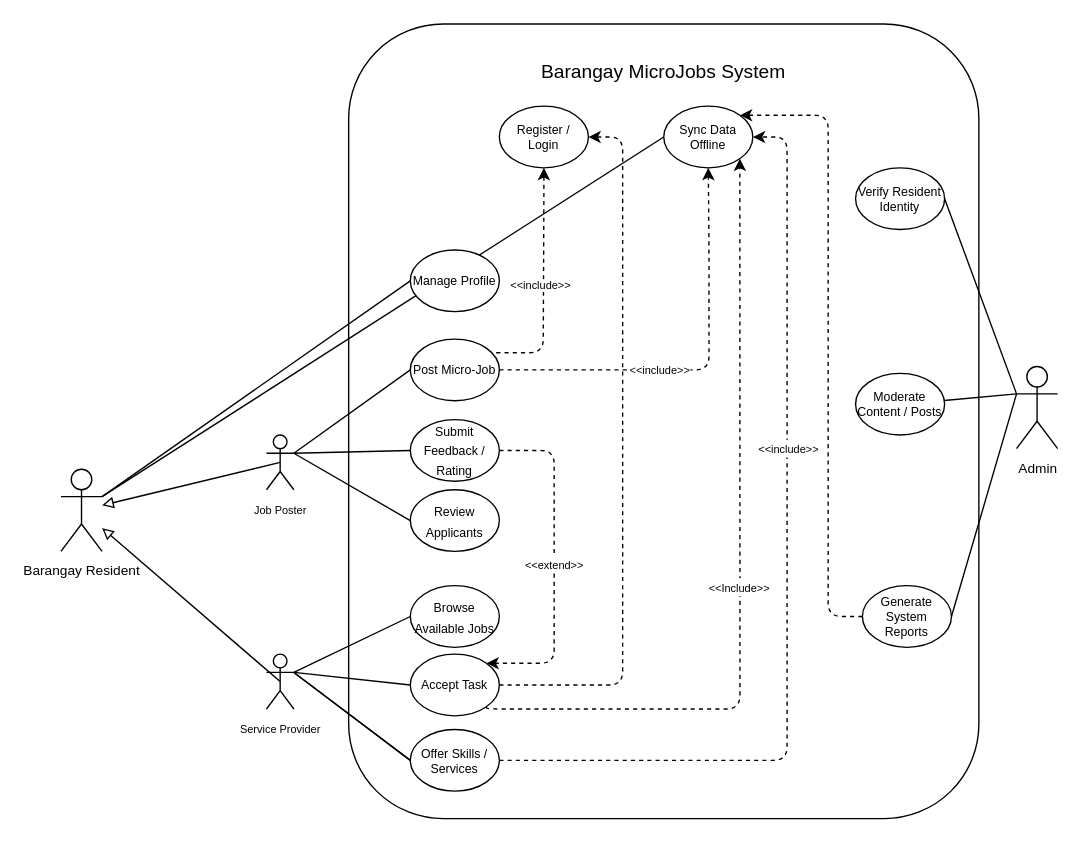
Before: UseCaseDiagram.drawio in eigenlambda123/BarangayMicroJobs, a draw.io diagram. Source tidied: cells renumbered, new cells numbered last; positions are measured from the earlier drawing's top-left corner, leaving out a move shared by most shapes. Both pictures are drawn from the tidied source at 137%, with x=0, y=0 at pixel (60, 23).
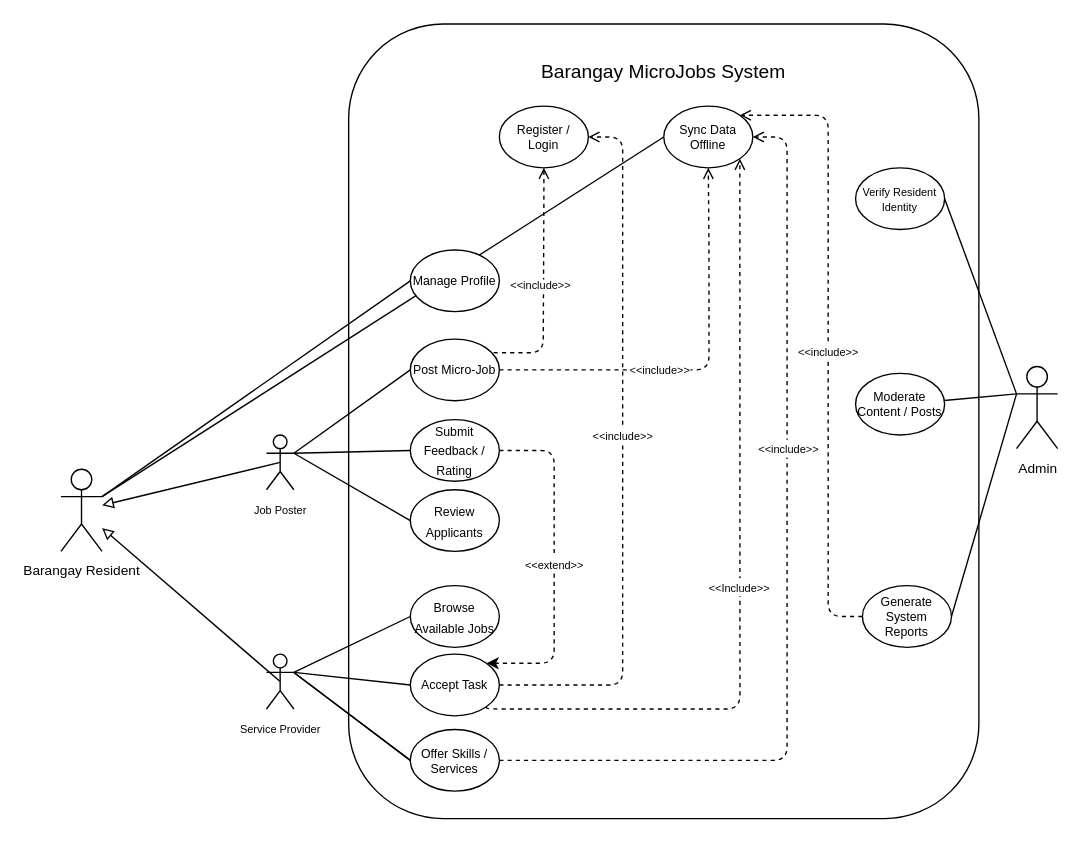
The same page after the edit.

Unchanged cells that the change refers to:
```xml
<mxCell id="24" value="Register / Login" style="ellipse;whiteSpace=wrap;html=1;fontSize=9;" parent="1" vertex="1">
  <mxGeometry x="320" y="60" width="65" height="45" as="geometry" />
</mxCell>
<mxCell id="28" value="Post Micro-Job" style="ellipse;whiteSpace=wrap;html=1;fontSize=9;" parent="1" vertex="1">
  <mxGeometry x="255" y="230" width="65" height="45" as="geometry" />
</mxCell>
<mxCell id="37" value="Accept Task" style="ellipse;whiteSpace=wrap;html=1;fontSize=9;" parent="1" vertex="1">
  <mxGeometry x="255" y="460" width="65" height="45" as="geometry" />
</mxCell>
<mxCell id="40" value="Generate System Reports" style="ellipse;whiteSpace=wrap;html=1;fontSize=9;" parent="1" vertex="1">
  <mxGeometry x="585" y="410" width="65" height="45" as="geometry" />
</mxCell>
<mxCell id="42" value="Offer Skills / Services" style="ellipse;whiteSpace=wrap;html=1;fontSize=9;" parent="1" vertex="1">
  <mxGeometry x="255" y="515" width="65" height="45" as="geometry" />
</mxCell>
<mxCell id="46" value="Sync Data Offline" style="ellipse;whiteSpace=wrap;html=1;fontSize=9;" parent="1" vertex="1">
  <mxGeometry x="440" y="60" width="65" height="45" as="geometry" />
</mxCell>
```

Change to the diagram source:
```diff
@@
-    <mxCell id="22" style="edgeStyle=orthogonalEdgeStyle;rounded=1;jettySize=auto;html=1;exitX=0.5;exitY=1;exitDx=0;exitDy=0;entryX=1;entryY=0;entryDx=0;entryDy=0;curved=0;startArrow=classic;startFill=1;endArrow=none;endFill=0;dashed=1;" parent="1" edge="1" source="24" target="28">
+    <mxCell id="22" style="edgeStyle=orthogonalEdgeStyle;rounded=1;jettySize=auto;html=1;exitX=0.5;exitY=1;exitDx=0;exitDy=0;entryX=1;entryY=0;entryDx=0;entryDy=0;curved=0;startArrow=open;startFill=0;endArrow=none;endFill=0;dashed=1;" parent="1" edge="1" source="24" target="28">
       <mxGeometry relative="1" as="geometry">
         <Array as="points">
           <mxPoint x="353" y="130" />
           <mxPoint x="352" y="130" />
           <mxPoint x="352" y="240" />
           <mxPoint x="311" y="240" />
         </Array>
       </mxGeometry>
     </mxCell>
@@
-    <mxCell id="26" style="edgeStyle=orthogonalEdgeStyle;rounded=1;jettySize=auto;html=1;entryX=0.5;entryY=1;entryDx=0;entryDy=0;dashed=1;curved=0;" parent="1" edge="1" source="28" target="46">
+    <mxCell id="26" style="edgeStyle=orthogonalEdgeStyle;rounded=1;jettySize=auto;html=1;entryX=0.5;entryY=1;entryDx=0;entryDy=0;dashed=1;curved=0;endArrow=open;endFill=0;" parent="1" edge="1" source="28" target="46">
       <mxGeometry relative="1" as="geometry">
         <Array as="points">
           <mxPoint x="473" y="253" />
           <mxPoint x="473" y="160" />
         </Array>
       </mxGeometry>
     </mxCell>
@@
-    <mxCell id="34" style="edgeStyle=orthogonalEdgeStyle;rounded=1;jettySize=auto;html=1;exitX=1;exitY=0.5;exitDx=0;exitDy=0;curved=0;dashed=1;entryX=1;entryY=0.5;entryDx=0;entryDy=0;" parent="1" edge="1" source="37" target="24">
+    <mxCell id="34" style="edgeStyle=orthogonalEdgeStyle;rounded=1;jettySize=auto;html=1;exitX=1;exitY=0.5;exitDx=0;exitDy=0;curved=0;dashed=1;entryX=1;entryY=0.5;entryDx=0;entryDy=0;endArrow=open;endFill=0;" parent="1" edge="1" source="37" target="24">
       <mxGeometry relative="1" as="geometry">
         <Array as="points">
           <mxPoint x="410" y="483" />
           <mxPoint x="410" y="83" />
         </Array>
       </mxGeometry>
     </mxCell>
+    <mxCell id="47" value="&lt;font style=&quot;font-size: 8px;&quot;&gt;&amp;lt;&amp;lt;include&amp;gt;&amp;gt;&lt;/font&gt;" style="edgeLabel;html=1;align=center;verticalAlign=middle;" parent="34" vertex="1">
+      <mxGeometry x="0.06" y="1" relative="1" as="geometry" />
+    </mxCell>
-    <mxCell id="35" style="edgeStyle=orthogonalEdgeStyle;rounded=1;jettySize=auto;html=1;entryX=1;entryY=1;entryDx=0;entryDy=0;dashed=1;curved=0;exitX=1;exitY=1;exitDx=0;exitDy=0;" parent="1" edge="1" source="37" target="46">
+    <mxCell id="35" style="edgeStyle=orthogonalEdgeStyle;rounded=1;jettySize=auto;html=1;entryX=1;entryY=1;entryDx=0;entryDy=0;dashed=1;curved=0;exitX=1;exitY=1;exitDx=0;exitDy=0;endArrow=open;endFill=0;" parent="1" edge="1" source="37" target="46">
       <mxGeometry relative="1" as="geometry">
         <Array as="points">
           <mxPoint x="311" y="500" />
           <mxPoint x="495" y="500" />
           <mxPoint x="495" y="98" />
         </Array>
       </mxGeometry>
     </mxCell>
@@
-    <mxCell id="38" value="Verify Resident Identity" style="ellipse;whiteSpace=wrap;html=1;fontSize=9;" parent="1" vertex="1">
+    <mxCell id="38" value="&lt;font style=&quot;font-size: 8px;&quot;&gt;Verify Resident Identity&lt;/font&gt;" style="ellipse;whiteSpace=wrap;html=1;fontSize=9;" parent="1" vertex="1">
       <mxGeometry x="580" y="105" width="65" height="45" as="geometry" />
     </mxCell>
@@
-    <mxCell id="43" style="edgeStyle=orthogonalEdgeStyle;rounded=1;jettySize=auto;html=1;exitX=1;exitY=0.5;exitDx=0;exitDy=0;entryX=1;entryY=0.5;entryDx=0;entryDy=0;dashed=1;curved=0;" parent="1" edge="1" source="42" target="46">
+    <mxCell id="43" style="edgeStyle=orthogonalEdgeStyle;rounded=1;jettySize=auto;html=1;exitX=1;exitY=0.5;exitDx=0;exitDy=0;entryX=1;entryY=0.5;entryDx=0;entryDy=0;dashed=1;curved=0;endArrow=open;endFill=0;" parent="1" edge="1" source="42" target="46">
       <mxGeometry relative="1" as="geometry">
         <Array as="points">
           <mxPoint x="530" y="538" />
           <mxPoint x="530" y="83" />
         </Array>
       </mxGeometry>
     </mxCell>
@@
-    <mxCell id="45" style="edgeStyle=orthogonalEdgeStyle;rounded=1;jettySize=auto;html=1;curved=0;entryX=1;entryY=0;entryDx=0;entryDy=0;dashed=1;" parent="1" edge="1" source="40" target="46">
+    <mxCell id="45" style="edgeStyle=orthogonalEdgeStyle;rounded=1;jettySize=auto;html=1;curved=0;entryX=1;entryY=0;entryDx=0;entryDy=0;dashed=1;endArrow=open;endFill=0;" parent="1" edge="1" source="40" target="46">
       <mxGeometry relative="1" as="geometry">
         <Array as="points">
           <mxPoint x="560" y="433" />
           <mxPoint x="560" y="67" />
           <mxPoint x="496" y="67" />
         </Array>
       </mxGeometry>
     </mxCell>
+    <mxCell id="48" value="&lt;font style=&quot;font-size: 8px;&quot;&gt;&amp;lt;&amp;lt;include&amp;gt;&amp;gt;&lt;/font&gt;" style="edgeLabel;html=1;align=center;verticalAlign=middle;" parent="45" vertex="1">
+      <mxGeometry x="-0.04" y="1" relative="1" as="geometry" />
+    </mxCell>
```
